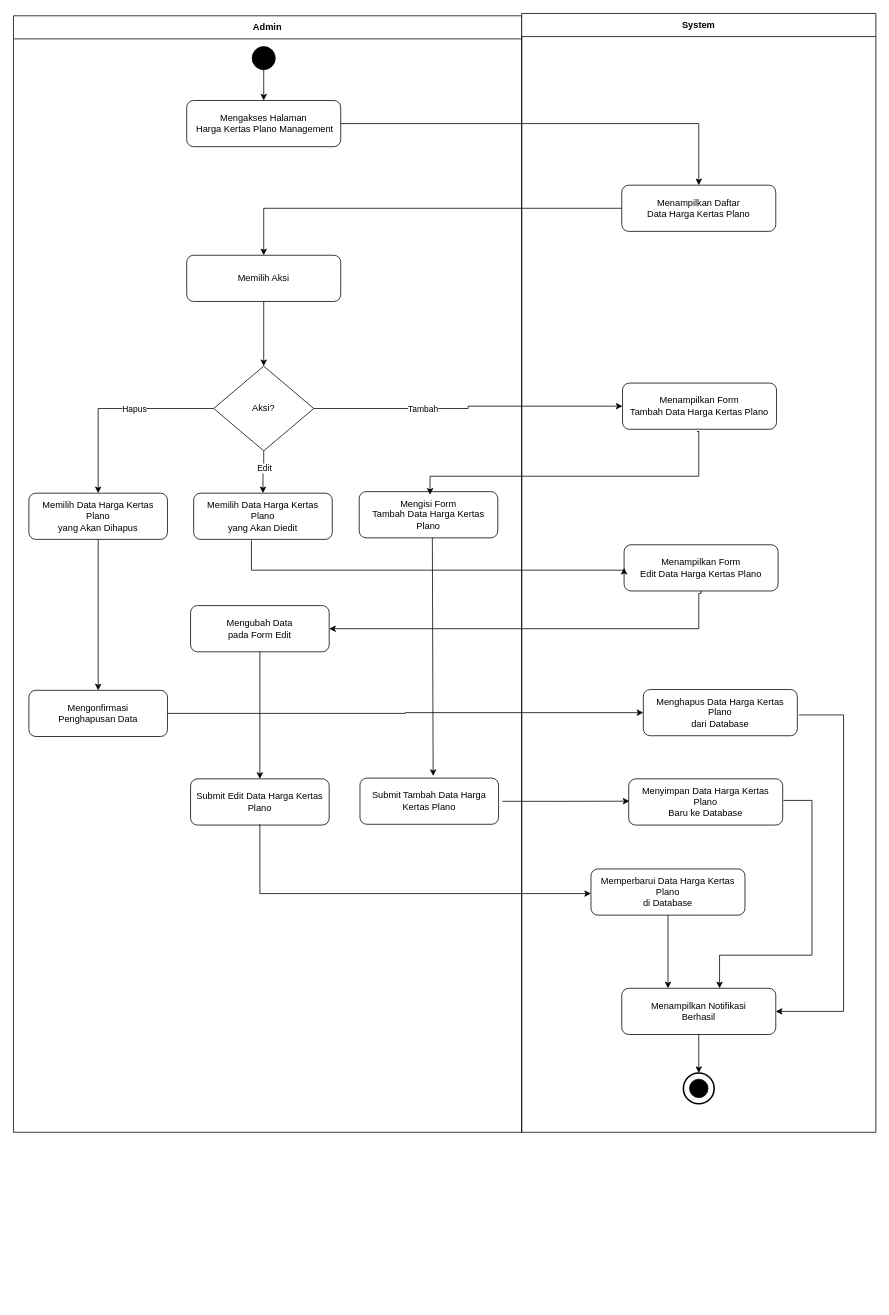
Fahrul23/BenuaKertasApps keeps this draw.io diagram as client/src/diagram/activity/AD_Admin_Mengelola_Harga_Kertas_Plano.drawio. Above is the earlier version. Source tidied: cells renumbered, new cells numbered last; positions are measured from the earlier drawing's top-left corner, leaving out a move shared by most shapes. Both pictures are drawn from the tidied source at 77%, with x=0, y=0 at pixel (13, 13).
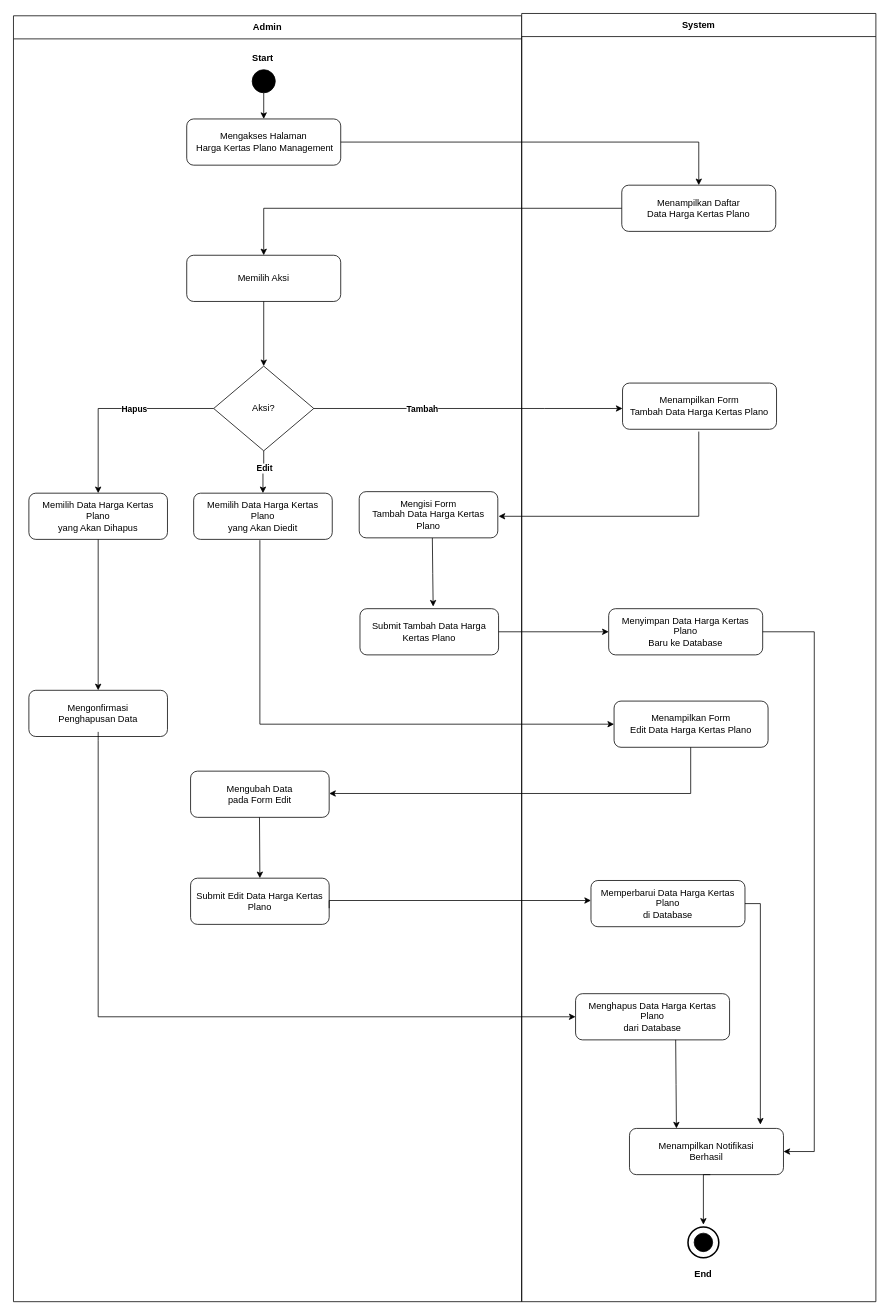
The same diagram, later.

Unchanged cells that the change refers to:
```xml
<mxCell id="6" value="Menampilkan Form&lt;br&gt;Tambah Data Harga Kertas Plano" style="rounded=1;whiteSpace=wrap;html=1;fillColor=#ffffff;strokeColor=#000000;fontColor=#000000;" parent="5" vertex="1">
  <mxGeometry x="131" y="480" width="200" height="60" as="geometry" />
</mxCell>
<mxCell id="11" style="ellipse;whiteSpace=wrap;html=1;fillColor=#000000;strokeColor=#000000;" parent="10" vertex="1">
  <mxGeometry x="8" y="8" width="24" height="24" as="geometry" />
</mxCell>
<mxCell id="20" value="Aksi?" style="rhombus;whiteSpace=wrap;html=1;fillColor=#ffffff;strokeColor=#000000;fontColor=#000000;" parent="1" vertex="1">
  <mxGeometry x="260" y="458" width="130" height="110" as="geometry" />
</mxCell>
<mxCell id="25" value="Mengonfirmasi&lt;br&gt;Penghapusan Data" style="rounded=1;whiteSpace=wrap;html=1;fillColor=#ffffff;strokeColor=#000000;fontColor=#000000;" parent="1" vertex="1">
  <mxGeometry x="20" y="879" width="180" height="60" as="geometry" />
</mxCell>
<mxCell id="34" style="edgeStyle=orthogonalEdgeStyle;rounded=0;html=1;strokeColor=#000000;exitX=0.5;exitY=1;exitDx=0;exitDy=0;entryX=0.5;entryY=0;entryDx=0;entryDy=0;" parent="1" edge="1" source="20" target="22">
  <mxGeometry relative="1" as="geometry" />
</mxCell>
<mxCell id="36" style="edgeStyle=orthogonalEdgeStyle;rounded=0;html=1;strokeColor=#000000;exitX=0;exitY=0.5;exitDx=0;exitDy=0;entryX=0.5;entryY=0;entryDx=0;entryDy=0;" parent="1" edge="1" source="20" target="24">
  <mxGeometry relative="1" as="geometry">
    <Array as="points">
      <mxPoint x="110" y="513" />
      <mxPoint x="110" y="623" />
    </Array>
  </mxGeometry>
</mxCell>
```

Change to the diagram source:
```diff
@@
     <mxCell id="2" value="Admin" style="swimlane;whiteSpace=wrap;html=1;startSize=30;fillColor=#ffffff;strokeColor=#000000;fontColor=#000000;fontStyle=1;" parent="1" vertex="1">
-      <mxGeometry y="3" width="660" height="1450" as="geometry" />
+      <mxGeometry y="3" width="660" height="1670" as="geometry" />
     </mxCell>
     <mxCell id="3" value="Submit Tambah Data Harga Kertas Plano" style="rounded=1;whiteSpace=wrap;html=1;fillColor=#ffffff;strokeColor=#000000;fontColor=#000000;" parent="2" vertex="1">
-      <mxGeometry x="450" y="990" width="180" height="60" as="geometry" />
+      <mxGeometry x="450" y="770" width="180" height="60" as="geometry" />
     </mxCell>
@@
+    <mxCell id="27" value="Submit Edit Data Harga Kertas Plano" style="rounded=1;whiteSpace=wrap;html=1;fillColor=#ffffff;strokeColor=#000000;fontColor=#000000;" parent="2" vertex="1">
+      <mxGeometry x="230" y="1120" width="180" height="60" as="geometry" />
+    </mxCell>
+    <mxCell id="23" value="Mengubah Data&lt;br&gt;pada Form Edit" style="rounded=1;whiteSpace=wrap;html=1;fillColor=#ffffff;strokeColor=#000000;fontColor=#000000;" parent="2" vertex="1">
+      <mxGeometry x="230" y="981" width="180" height="60" as="geometry" />
+    </mxCell>
+    <mxCell id="47" style="edgeStyle=orthogonalEdgeStyle;rounded=0;html=1;strokeColor=#000000;exitX=0.5;exitY=1;exitDx=0;exitDy=0;entryX=0;entryY=0.5;entryDx=0;entryDy=0;" parent="2" edge="1" target="15">
+      <mxGeometry relative="1" as="geometry">
+        <mxPoint x="320" y="681" as="sourcePoint" />
+        <Array as="points">
+          <mxPoint x="320" y="920" />
+        </Array>
+      </mxGeometry>
+    </mxCell>
+    <mxCell id="48" style="edgeStyle=orthogonalEdgeStyle;rounded=0;html=1;strokeColor=#000000;exitX=0.5;exitY=1;exitDx=0;exitDy=0;entryX=0.5;entryY=0;entryDx=0;entryDy=0;" parent="2" edge="1" target="27">
+      <mxGeometry relative="1" as="geometry">
+        <mxPoint x="319.5" y="1041" as="sourcePoint" />
+      </mxGeometry>
+    </mxCell>
+    <mxCell id="49" value="&lt;b&gt;Start&lt;/b&gt;" style="text;html=1;whiteSpace=wrap;strokeColor=none;fillColor=none;align=center;verticalAlign=middle;rounded=0;" parent="2" vertex="1">
+      <mxGeometry x="294" y="40" width="60" height="30" as="geometry" />
+    </mxCell>
     <mxCell id="5" value="System" style="swimlane;whiteSpace=wrap;html=1;startSize=30;fillColor=#ffffff;strokeColor=#000000;fontColor=#000000;fontStyle=1;" parent="1" vertex="1">
-      <mxGeometry x="660" width="460" height="1453" as="geometry" />
+      <mxGeometry x="660" width="460" height="1673" as="geometry" />
     </mxCell>
@@
     <mxCell id="7" value="Menyimpan Data Harga Kertas Plano&lt;br&gt;Baru ke Database" style="rounded=1;whiteSpace=wrap;html=1;fillColor=#ffffff;strokeColor=#000000;fontColor=#000000;" parent="5" vertex="1">
-      <mxGeometry x="139" y="994" width="200" height="60" as="geometry" />
+      <mxGeometry x="113" y="773" width="200" height="60" as="geometry" />
     </mxCell>
     <mxCell id="8" value="Memperbarui Data Harga Kertas Plano&lt;br&gt;di Database" style="rounded=1;whiteSpace=wrap;html=1;fillColor=#ffffff;strokeColor=#000000;fontColor=#000000;" parent="5" vertex="1">
-      <mxGeometry x="90" y="1111" width="200" height="60" as="geometry" />
+      <mxGeometry x="90" y="1126" width="200" height="60" as="geometry" />
     </mxCell>
+    <mxCell id="12" style="edgeStyle=orthogonalEdgeStyle;rounded=0;html=1;strokeColor=#000000;entryX=1;entryY=0.5;entryDx=0;entryDy=0;" parent="5" edge="1" target="9">
+      <mxGeometry relative="1" as="geometry">
+        <mxPoint x="313" y="803" as="sourcePoint" />
+        <Array as="points">
+          <mxPoint x="380" y="803" />
+          <mxPoint x="380" y="1478" />
+        </Array>
+      </mxGeometry>
+    </mxCell>
+    <mxCell id="15" value="Menampilkan Form&lt;br&gt;Edit Data Harga Kertas Plano" style="rounded=1;whiteSpace=wrap;html=1;fillColor=#ffffff;strokeColor=#000000;fontColor=#000000;" parent="5" vertex="1">
+      <mxGeometry x="120" y="893" width="200" height="60" as="geometry" />
+    </mxCell>
+    <mxCell id="50" style="edgeStyle=orthogonalEdgeStyle;rounded=0;html=1;strokeColor=#000000;exitX=0.5;exitY=1;exitDx=0;exitDy=0;" parent="5" edge="1" target="23">
+      <mxGeometry relative="1" as="geometry">
+        <mxPoint x="219.5" y="953" as="sourcePoint" />
+        <Array as="points">
+          <mxPoint x="219" y="1013" />
+        </Array>
+      </mxGeometry>
+    </mxCell>
+    <mxCell id="26" value="Menghapus Data Harga Kertas Plano&lt;br&gt;dari Database" style="rounded=1;whiteSpace=wrap;html=1;fillColor=#ffffff;strokeColor=#000000;fontColor=#000000;" parent="5" vertex="1">
+      <mxGeometry x="70" y="1273" width="200" height="60" as="geometry" />
+    </mxCell>
     <mxCell id="9" value="Menampilkan Notifikasi&lt;br&gt;Berhasil" style="rounded=1;whiteSpace=wrap;html=1;fillColor=#ffffff;strokeColor=#000000;fontColor=#000000;" parent="5" vertex="1">
-      <mxGeometry x="130" y="1266" width="200" height="60" as="geometry" />
+      <mxGeometry x="140" y="1448" width="200" height="60" as="geometry" />
     </mxCell>
     <mxCell id="10" style="ellipse;whiteSpace=wrap;html=1;strokeWidth=2;fillColor=#ffffff;strokeColor=#000000;" parent="5" vertex="1">
-      <mxGeometry x="210" y="1376" width="40" height="40" as="geometry" />
+      <mxGeometry x="216" y="1576" width="40" height="40" as="geometry" />
     </mxCell>
@@
-    <mxCell id="12" style="edgeStyle=orthogonalEdgeStyle;rounded=0;html=1;strokeColor=#000000;" parent="5" edge="1" target="9">
-      <mxGeometry relative="1" as="geometry">
-        <mxPoint x="340" y="1022" as="sourcePoint" />
-        <Array as="points">
-          <mxPoint x="377" y="1022" />
-          <mxPoint x="377" y="1223" />
-          <mxPoint x="257" y="1223" />
-        </Array>
-      </mxGeometry>
-    </mxCell>
-    <mxCell id="13" style="edgeStyle=orthogonalEdgeStyle;rounded=0;html=1;strokeColor=#000000;" parent="5" edge="1" source="8" target="9">
-      <mxGeometry relative="1" as="geometry">
-        <Array as="points">
-          <mxPoint x="190" y="1290" />
-          <mxPoint x="190" y="1290" />
-        </Array>
-      </mxGeometry>
-    </mxCell>
-    <mxCell id="14" style="edgeStyle=orthogonalEdgeStyle;rounded=0;html=1;strokeColor=#000000;" parent="5" edge="1" source="9" target="10">
-      <mxGeometry relative="1" as="geometry" />
+    <mxCell id="14" style="edgeStyle=orthogonalEdgeStyle;rounded=0;html=1;strokeColor=#000000;entryX=0.5;entryY=-0.458;entryDx=0;entryDy=0;entryPerimeter=0;" parent="5" edge="1" target="11">
+      <mxGeometry relative="1" as="geometry">
+        <mxPoint x="245" y="1508" as="sourcePoint" />
+        <Array as="points">
+          <mxPoint x="236" y="1508" />
+        </Array>
+      </mxGeometry>
     </mxCell>
-    <mxCell id="15" value="Menampilkan Form&lt;br&gt;Edit Data Harga Kertas Plano" style="rounded=1;whiteSpace=wrap;html=1;fillColor=#ffffff;strokeColor=#000000;fontColor=#000000;" parent="5" vertex="1">
-      <mxGeometry x="133" y="690" width="200" height="60" as="geometry" />
-    </mxCell>
+    <mxCell id="51" style="edgeStyle=orthogonalEdgeStyle;rounded=0;html=1;strokeColor=#000000;exitX=1;exitY=0.5;exitDx=0;exitDy=0;" parent="5" edge="1" source="8">
+      <mxGeometry relative="1" as="geometry">
+        <mxPoint x="310" y="1443" as="targetPoint" />
+        <Array as="points">
+          <mxPoint x="310" y="1156" />
+          <mxPoint x="310" y="1433" />
+        </Array>
+      </mxGeometry>
+    </mxCell>
+    <mxCell id="52" style="edgeStyle=orthogonalEdgeStyle;rounded=0;html=1;strokeColor=#000000;exitX=0.5;exitY=1;exitDx=0;exitDy=0;entryX=0.305;entryY=0;entryDx=0;entryDy=0;entryPerimeter=0;" parent="5" edge="1" target="9">
+      <mxGeometry relative="1" as="geometry">
+        <mxPoint x="200" y="1333" as="sourcePoint" />
+      </mxGeometry>
+    </mxCell>
+    <mxCell id="53" value="&lt;b&gt;End&lt;/b&gt;" style="text;html=1;whiteSpace=wrap;strokeColor=none;fillColor=none;align=center;verticalAlign=middle;rounded=0;" parent="5" vertex="1">
+      <mxGeometry x="206" y="1623" width="60" height="30" as="geometry" />
+    </mxCell>
     <mxCell id="16" style="ellipse;whiteSpace=wrap;html=1;fillColor=#000000;strokeColor=#000000;" parent="1" vertex="1">
-      <mxGeometry x="310" y="43" width="30" height="30" as="geometry" />
+      <mxGeometry x="310" y="73" width="30" height="30" as="geometry" />
     </mxCell>
     <mxCell id="17" value="Mengakses Halaman&lt;br&gt;&amp;nbsp;Harga Kertas Plano Management" style="rounded=1;whiteSpace=wrap;html=1;fillColor=#ffffff;strokeColor=#000000;fontColor=#000000;" parent="1" vertex="1">
-      <mxGeometry x="225" y="113" width="200" height="60" as="geometry" />
+      <mxGeometry x="225" y="137" width="200" height="60" as="geometry" />
     </mxCell>
@@
-    <mxCell id="23" value="Mengubah Data&lt;br&gt;pada Form Edit" style="rounded=1;whiteSpace=wrap;html=1;fillColor=#ffffff;strokeColor=#000000;fontColor=#000000;" parent="1" vertex="1">
-      <mxGeometry x="230" y="769" width="180" height="60" as="geometry" />
-    </mxCell>
@@
-    <mxCell id="26" value="Menghapus Data Harga Kertas Plano&lt;br&gt;dari Database" style="rounded=1;whiteSpace=wrap;html=1;fillColor=#ffffff;strokeColor=#000000;fontColor=#000000;" parent="1" vertex="1">
-      <mxGeometry x="818" y="878" width="200" height="60" as="geometry" />
-    </mxCell>
-    <mxCell id="27" value="Submit Edit Data Harga Kertas Plano" style="rounded=1;whiteSpace=wrap;html=1;fillColor=#ffffff;strokeColor=#000000;fontColor=#000000;" parent="1" vertex="1">
-      <mxGeometry x="230" y="994" width="180" height="60" as="geometry" />
-    </mxCell>
@@
-    <mxCell id="32" style="edgeStyle=orthogonalEdgeStyle;rounded=0;html=1;strokeColor=#000000;exitX=1;exitY=0.5;exitDx=0;exitDy=0;entryX=0;entryY=0.5;entryDx=0;entryDy=0;" parent="1" edge="1" source="20" target="6">
-      <mxGeometry relative="1" as="geometry" />
+    <mxCell id="32" style="edgeStyle=orthogonalEdgeStyle;rounded=0;html=1;strokeColor=#000000;exitX=1;exitY=0.5;exitDx=0;exitDy=0;" parent="1" edge="1" source="20" target="6">
+      <mxGeometry relative="1" as="geometry">
+        <Array as="points">
+          <mxPoint x="690" y="513" />
+          <mxPoint x="690" y="513" />
+        </Array>
+      </mxGeometry>
     </mxCell>
-    <mxCell id="33" value="Tambah" style="edgeLabel;html=1;align=center;verticalAlign=middle;" parent="32" vertex="1">
+    <mxCell id="33" value="&lt;b&gt;Tambah&lt;/b&gt;" style="edgeLabel;html=1;align=center;verticalAlign=middle;" parent="32" vertex="1">
       <mxGeometry x="-0.3" relative="1" as="geometry" />
     </mxCell>
@@
-    <mxCell id="35" value="Edit" style="edgeLabel;html=1;align=center;verticalAlign=middle;" parent="34" vertex="1">
+    <mxCell id="35" value="&lt;b&gt;Edit&lt;/b&gt;" style="edgeLabel;html=1;align=center;verticalAlign=middle;" parent="34" vertex="1">
       <mxGeometry x="-0.2" relative="1" as="geometry" />
     </mxCell>
@@
-    <mxCell id="37" value="Hapus" style="edgeLabel;html=1;align=center;verticalAlign=middle;" parent="36" vertex="1">
+    <mxCell id="37" value="&lt;b&gt;Hapus&lt;/b&gt;" style="edgeLabel;html=1;align=center;verticalAlign=middle;" parent="36" vertex="1">
       <mxGeometry x="-0.2" relative="1" as="geometry" />
     </mxCell>
     <mxCell id="38" style="edgeStyle=orthogonalEdgeStyle;rounded=0;html=1;strokeColor=#000000;" parent="1" edge="1">
       <mxGeometry relative="1" as="geometry">
         <mxPoint x="890" y="543" as="sourcePoint" />
-        <mxPoint x="541" y="625" as="targetPoint" />
+        <mxPoint x="630" y="653" as="targetPoint" />
         <Array as="points">
-          <mxPoint x="888" y="543" />
-          <mxPoint x="890" y="543" />
-          <mxPoint x="890" y="601" />
-          <mxPoint x="541" y="601" />
+          <mxPoint x="890" y="653" />
         </Array>
       </mxGeometry>
     </mxCell>
-    <mxCell id="39" style="edgeStyle=orthogonalEdgeStyle;rounded=0;html=1;strokeColor=#000000;exitX=0.467;exitY=0.97;exitDx=0;exitDy=0;exitPerimeter=0;entryX=0;entryY=0.5;entryDx=0;entryDy=0;" parent="1" edge="1" target="15">
-      <mxGeometry relative="1" as="geometry">
-        <mxPoint x="309.1" y="684.2" as="sourcePoint" />
-        <Array as="points">
-          <mxPoint x="309" y="723" />
-        </Array>
-      </mxGeometry>
-    </mxCell>
-    <mxCell id="40" style="edgeStyle=orthogonalEdgeStyle;rounded=0;html=1;strokeColor=#000000;entryX=1;entryY=0.5;entryDx=0;entryDy=0;exitX=0.5;exitY=1;exitDx=0;exitDy=0;" parent="1" edge="1" source="15" target="23">
-      <mxGeometry relative="1" as="geometry">
-        <Array as="points">
-          <mxPoint x="890" y="753" />
-          <mxPoint x="890" y="799" />
-        </Array>
-      </mxGeometry>
-    </mxCell>
@@
-    <mxCell id="42" style="edgeStyle=orthogonalEdgeStyle;rounded=0;html=1;strokeColor=#000000;exitX=1;exitY=0.5;exitDx=0;exitDy=0;entryX=0;entryY=0.5;entryDx=0;entryDy=0;" parent="1" edge="1" source="25" target="26">
-      <mxGeometry relative="1" as="geometry" />
+    <mxCell id="42" style="edgeStyle=orthogonalEdgeStyle;rounded=0;html=1;strokeColor=#000000;entryX=0;entryY=0.5;entryDx=0;entryDy=0;" parent="1" edge="1" target="26">
+      <mxGeometry relative="1" as="geometry">
+        <mxPoint x="110" y="933" as="sourcePoint" />
+        <Array as="points">
+          <mxPoint x="110" y="944" />
+          <mxPoint x="110" y="1303" />
+        </Array>
+      </mxGeometry>
     </mxCell>
-    <mxCell id="43" style="edgeStyle=orthogonalEdgeStyle;rounded=0;html=1;strokeColor=#000000;exitX=0.5;exitY=1;exitDx=0;exitDy=0;entryX=0.5;entryY=0;entryDx=0;entryDy=0;" parent="1" edge="1" source="23" target="27">
-      <mxGeometry relative="1" as="geometry" />
-    </mxCell>
-    <mxCell id="44" style="edgeStyle=orthogonalEdgeStyle;rounded=0;html=1;strokeColor=#000000;" parent="1" edge="1" target="8">
+    <mxCell id="44" style="edgeStyle=orthogonalEdgeStyle;rounded=0;html=1;strokeColor=#000000;exitX=1;exitY=0.5;exitDx=0;exitDy=0;" parent="1" edge="1">
       <mxGeometry relative="1" as="geometry">
-        <mxPoint x="320" y="1053" as="sourcePoint" />
+        <mxPoint x="410" y="1162" as="sourcePoint" />
+        <mxPoint x="750" y="1152" as="targetPoint" />
         <Array as="points">
-          <mxPoint x="320" y="1143" />
+          <mxPoint x="410" y="1152" />
         </Array>
       </mxGeometry>
     </mxCell>
-    <mxCell id="45" style="edgeStyle=orthogonalEdgeStyle;rounded=0;html=1;strokeColor=#000000;" parent="1" edge="1">
-      <mxGeometry relative="1" as="geometry">
-        <mxPoint x="1020" y="911" as="sourcePoint" />
-        <mxPoint x="990" y="1296" as="targetPoint" />
-        <Array as="points">
-          <mxPoint x="1078" y="911" />
-          <mxPoint x="1078" y="1296" />
-        </Array>
-      </mxGeometry>
-    </mxCell>
-    <mxCell id="46" style="edgeStyle=orthogonalEdgeStyle;rounded=0;html=1;strokeColor=#000000;exitX=1.027;exitY=0.503;exitDx=0;exitDy=0;exitPerimeter=0;" parent="1" edge="1" source="3">
-      <mxGeometry relative="1" as="geometry">
-        <mxPoint x="800" y="1023" as="targetPoint" />
-      </mxGeometry>
-    </mxCell>
+    <mxCell id="54" style="edgeStyle=orthogonalEdgeStyle;rounded=0;html=1;strokeColor=#000000;exitX=1;exitY=0.5;exitDx=0;exitDy=0;entryX=0;entryY=0.5;entryDx=0;entryDy=0;" parent="1" edge="1" source="3" target="7">
+      <mxGeometry relative="1" as="geometry" />
+    </mxCell>
```
